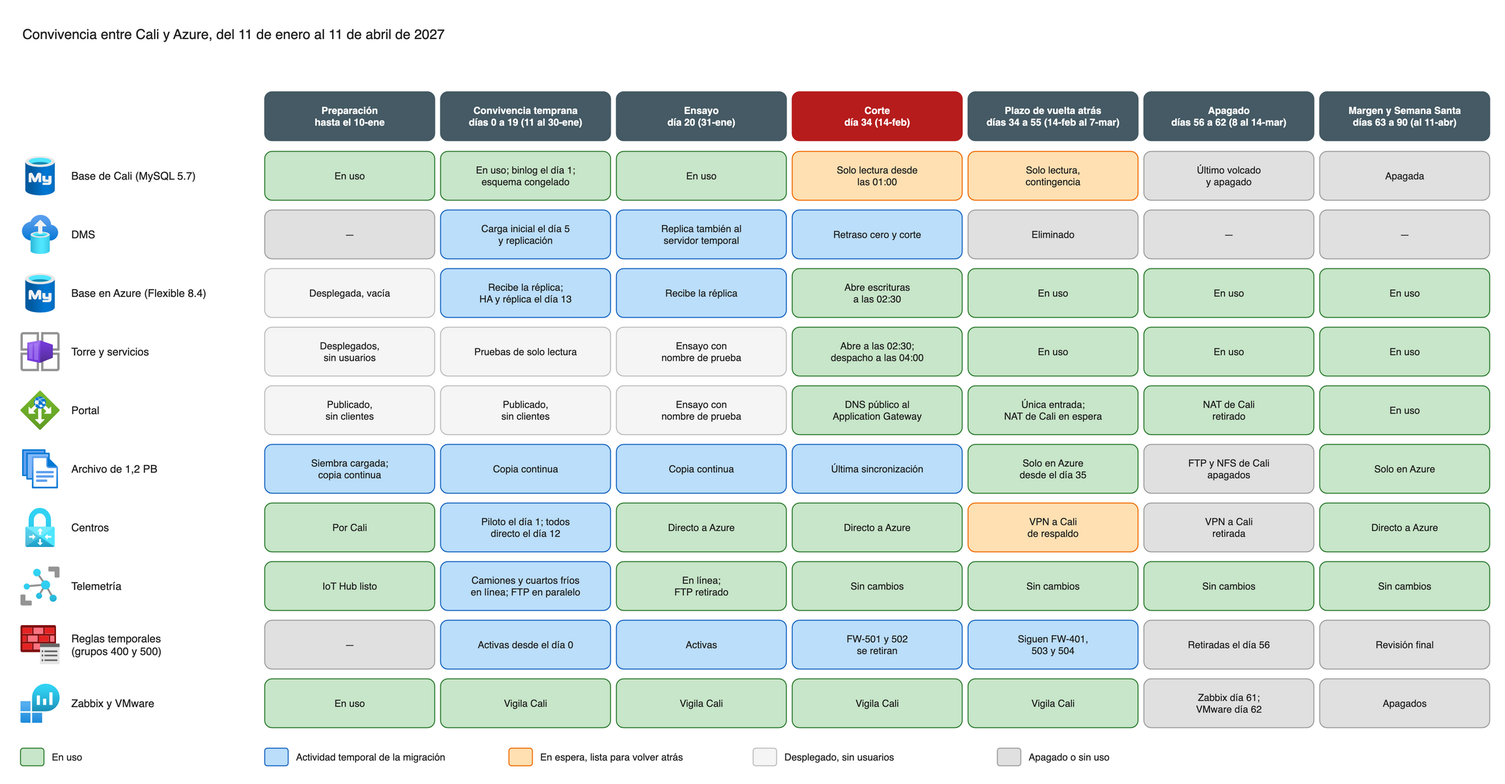
frioandes-platform/planning keeps this draw.io diagram as docs/architecture/diagramas/carga-c-14-p2-calendario.drawio.png. Above is the earlier version. Source tidied: cells renumbered, new cells last; positions are measured from the earlier drawing's top-left corner, leaving out a move shared by most shapes.
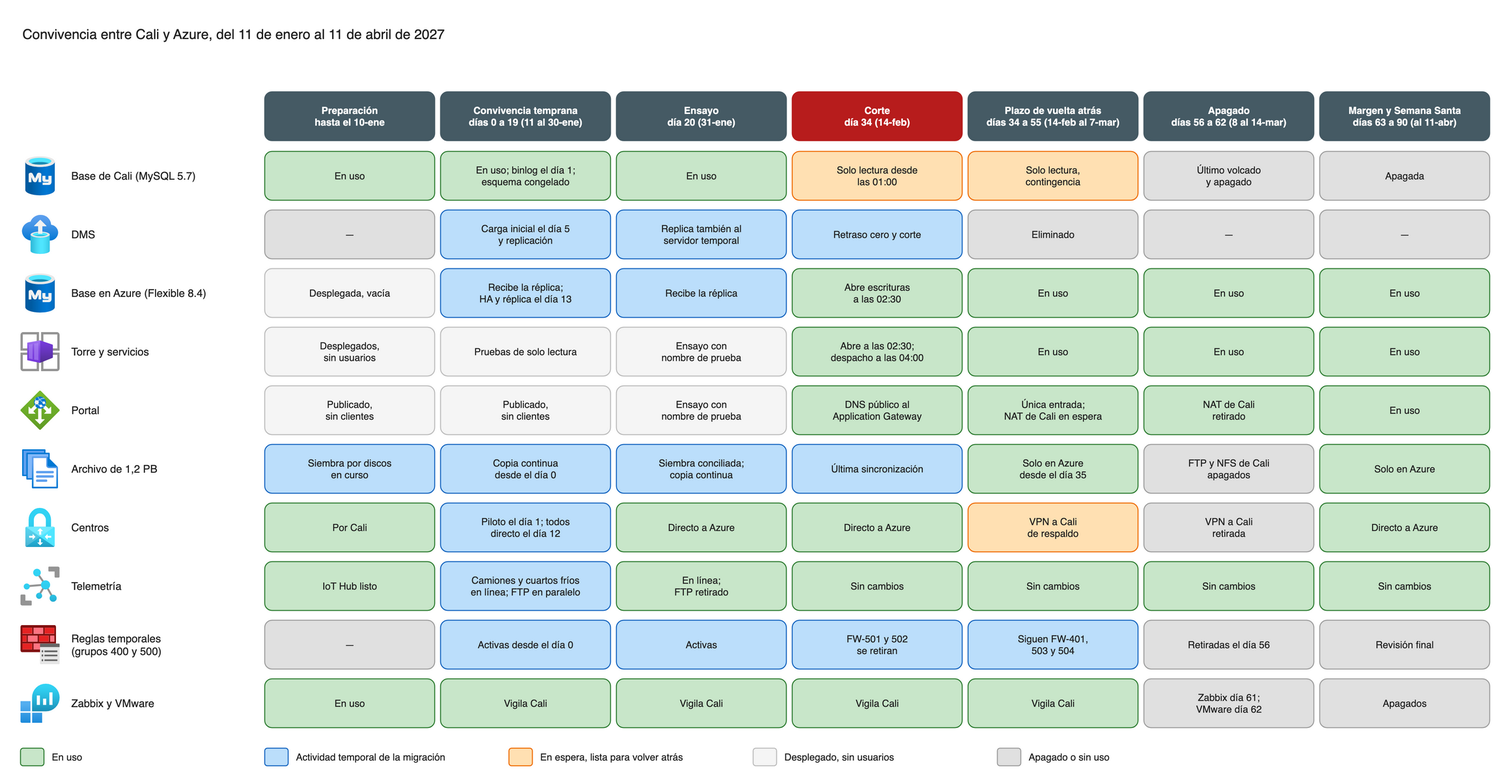
Later version of the same file.

Commit message:
docs: add archive seeding plan (carga C)

Diff of the diagram source:
```diff
@@ -167,13 +167,13 @@
     <mxCell id="56" value="Archivo de 1,2 PB" style="text;html=1;whiteSpace=wrap;align=left;verticalAlign=middle;fontSize=11;fontColor=#212121;fillColor=none;" parent="1" vertex="1">
       <mxGeometry x="50" y="434" width="190" height="52" as="geometry" />
     </mxCell>
-    <mxCell id="57" value="Siembra cargada;&lt;br&gt;copia continua" style="rounded=1;whiteSpace=wrap;html=1;fillColor=#BBDEFB;strokeColor=#1565C0;fontSize=10;fontColor=#212121;" parent="1" vertex="1">
+    <mxCell id="57" value="Siembra por discos&lt;br&gt;en curso" style="rounded=1;whiteSpace=wrap;html=1;fillColor=#BBDEFB;strokeColor=#1565C0;fontSize=10;fontColor=#212121;" parent="1" vertex="1">
       <mxGeometry x="250" y="435" width="174" height="50" as="geometry" />
     </mxCell>
-    <mxCell id="58" value="Copia continua" style="rounded=1;whiteSpace=wrap;html=1;fillColor=#BBDEFB;strokeColor=#1565C0;fontSize=10;fontColor=#212121;" parent="1" vertex="1">
+    <mxCell id="58" value="Copia continua&lt;br&gt;desde el día 0" style="rounded=1;whiteSpace=wrap;html=1;fillColor=#BBDEFB;strokeColor=#1565C0;fontSize=10;fontColor=#212121;" parent="1" vertex="1">
       <mxGeometry x="430" y="435" width="174" height="50" as="geometry" />
     </mxCell>
-    <mxCell id="59" value="Copia continua" style="rounded=1;whiteSpace=wrap;html=1;fillColor=#BBDEFB;strokeColor=#1565C0;fontSize=10;fontColor=#212121;" parent="1" vertex="1">
+    <mxCell id="59" value="Siembra conciliada;&lt;br&gt;copia continua" style="rounded=1;whiteSpace=wrap;html=1;fillColor=#BBDEFB;strokeColor=#1565C0;fontSize=10;fontColor=#212121;" parent="1" vertex="1">
       <mxGeometry x="610" y="435" width="174" height="50" as="geometry" />
     </mxCell>
     <mxCell id="60" value="Última sincronización" style="rounded=1;whiteSpace=wrap;html=1;fillColor=#BBDEFB;strokeColor=#1565C0;fontSize=10;fontColor=#212121;" parent="1" vertex="1">
```
